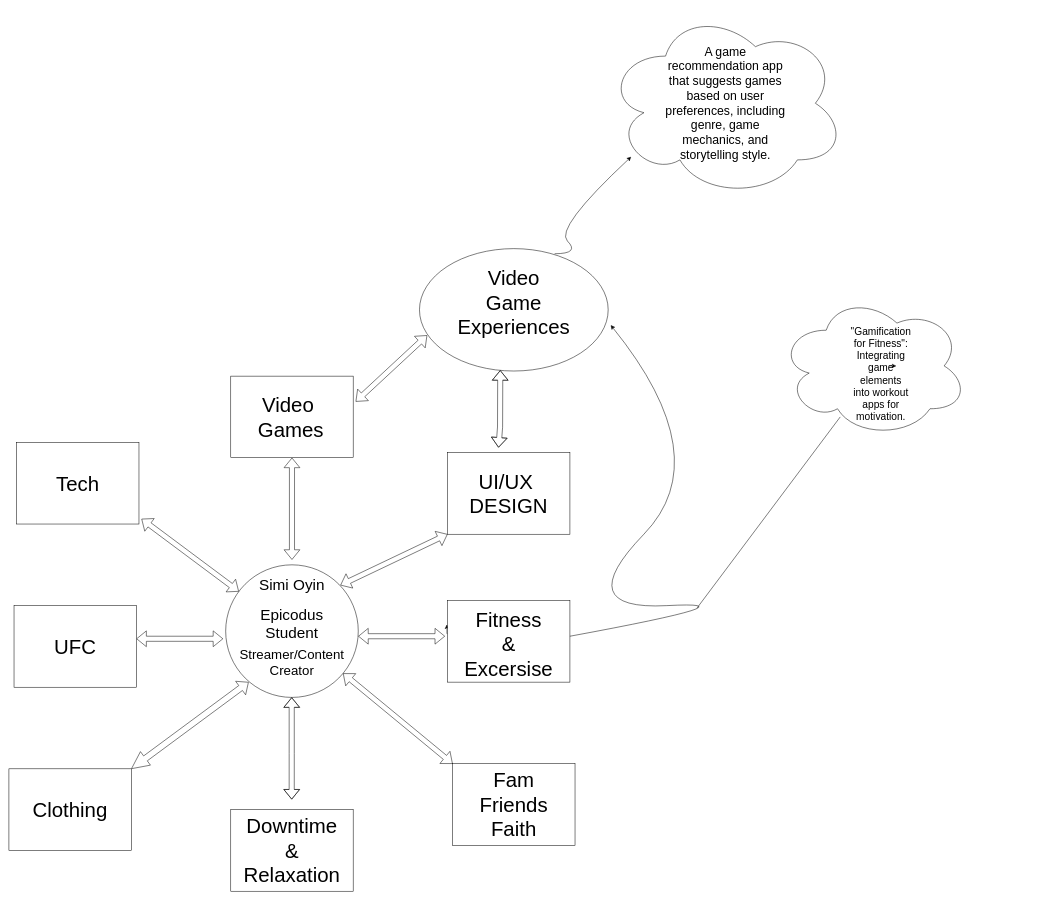
simioyin222/CapstoneProjectIdeaBoard keeps this draw.io diagram as Untitled Diagram.drawio. Above is the earlier version. Source tidied: cells renumbered, new cells numbered last; positions are measured from the earlier drawing's top-left corner, leaving out a move shared by most shapes. Both pictures are drawn from the tidied source at 51%, with x=0, y=0 at pixel (9, 9).
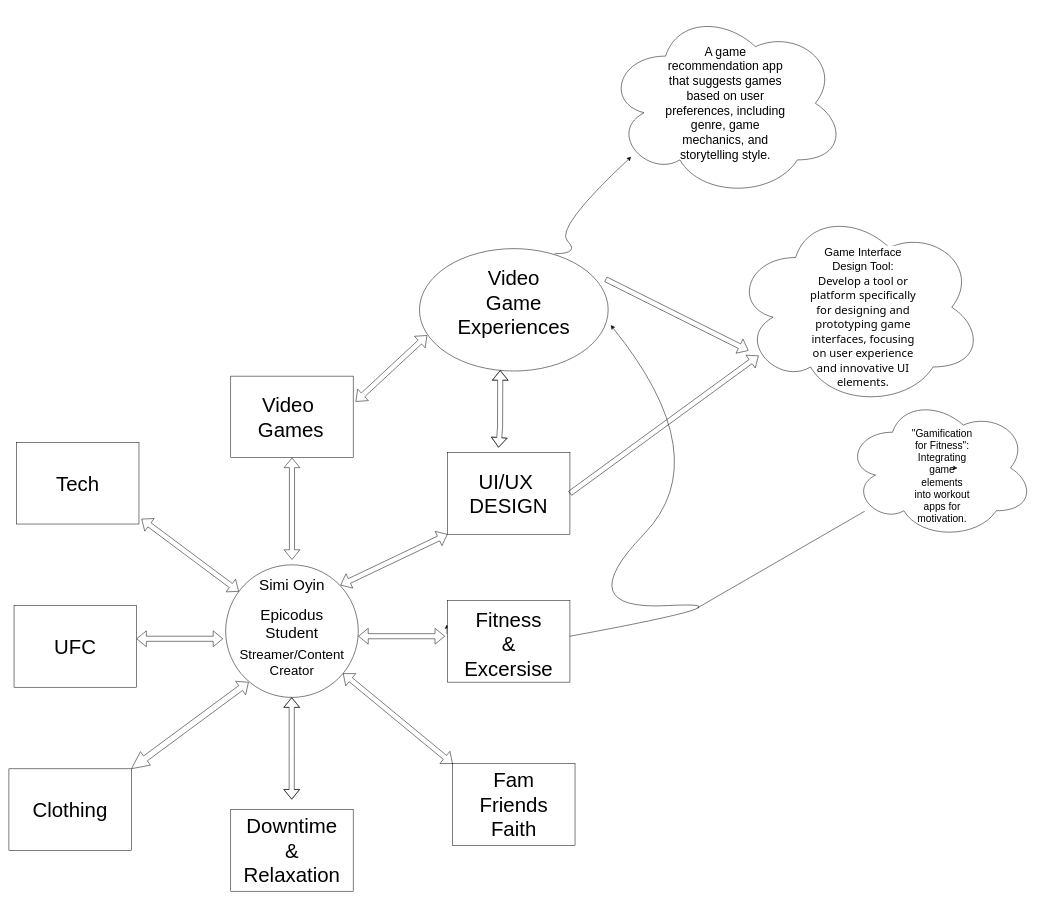
Above is the later version.

The edit, as a diff of the source:
```diff
@@
-    <mxCell id="36" style="endArrow=none;html=1;rounded=0;" parent="1" edge="1">
+    <mxCell id="36" style="endArrow=none;html=1;rounded=0;" parent="1" edge="1" target="37">
       <mxGeometry relative="1" as="geometry">
         <mxPoint x="1349" y="1175" as="sourcePoint" />
-        <mxPoint x="1630" y="800" as="targetPoint" />
       </mxGeometry>
     </mxCell>
     <mxCell id="37" style="ellipse;shape=cloud;whiteSpace=wrap;html=1;" parent="1" vertex="1">
-      <mxGeometry x="1510" y="560" width="370" height="280" as="geometry" />
+      <mxGeometry x="1640" y="760" width="370" height="280" as="geometry" />
     </mxCell>
     <mxCell id="38" value="&quot;Gamification for Fitness&quot;: Integrating game elements into workout apps for motivation." style="text;html=1;strokeColor=none;fillColor=none;align=center;verticalAlign=middle;whiteSpace=wrap;rounded=0;fontSize=20;" parent="1" vertex="1">
-      <mxGeometry x="1680" y="700" width="60" height="30" as="geometry" />
+      <mxGeometry x="1800" y="900" width="60" height="30" as="geometry" />
     </mxCell>
@@
+    <mxCell id="43" style="shape=flexArrow;endArrow=classic;html=1;rounded=0;" parent="1" edge="1">
+      <mxGeometry relative="1" as="geometry">
+        <mxPoint x="1100" y="950" as="sourcePoint" />
+        <mxPoint x="1470" y="680" as="targetPoint" />
+      </mxGeometry>
+    </mxCell>
+    <mxCell id="44" style="shape=flexArrow;endArrow=classic;html=1;rounded=0;" parent="1" edge="1">
+      <mxGeometry relative="1" as="geometry">
+        <mxPoint x="1170" y="530" as="sourcePoint" />
+        <mxPoint x="1450" y="670" as="targetPoint" />
+      </mxGeometry>
+    </mxCell>
+    <mxCell id="45" style="ellipse;shape=cloud;whiteSpace=wrap;html=1;" parent="1" vertex="1">
+      <mxGeometry x="1420" y="390" width="490" height="390" as="geometry" />
+    </mxCell>
+    <mxCell id="46" value="&lt;font style=&quot;font-size: 22px; background-color: rgb(255, 255, 255);&quot;&gt;Game Interface Design Tool:&lt;span style=&quot;font-family: Söhne, ui-sans-serif, system-ui, -apple-system, &amp;quot;Segoe UI&amp;quot;, Roboto, Ubuntu, Cantarell, &amp;quot;Noto Sans&amp;quot;, sans-serif, &amp;quot;Helvetica Neue&amp;quot;, Arial, &amp;quot;Apple Color Emoji&amp;quot;, &amp;quot;Segoe UI Emoji&amp;quot;, &amp;quot;Segoe UI Symbol&amp;quot;, &amp;quot;Noto Color Emoji&amp;quot;; text-align: left;&quot;&gt; Develop a tool or platform specifically for designing and prototyping game interfaces, focusing on user experience and innovative UI elements.&lt;/span&gt;&lt;/font&gt;" style="text;html=1;strokeColor=none;fillColor=none;align=center;verticalAlign=middle;whiteSpace=wrap;rounded=0;" parent="1" vertex="1">
+      <mxGeometry x="1570" y="590" width="210" height="30" as="geometry" />
+    </mxCell>
```
